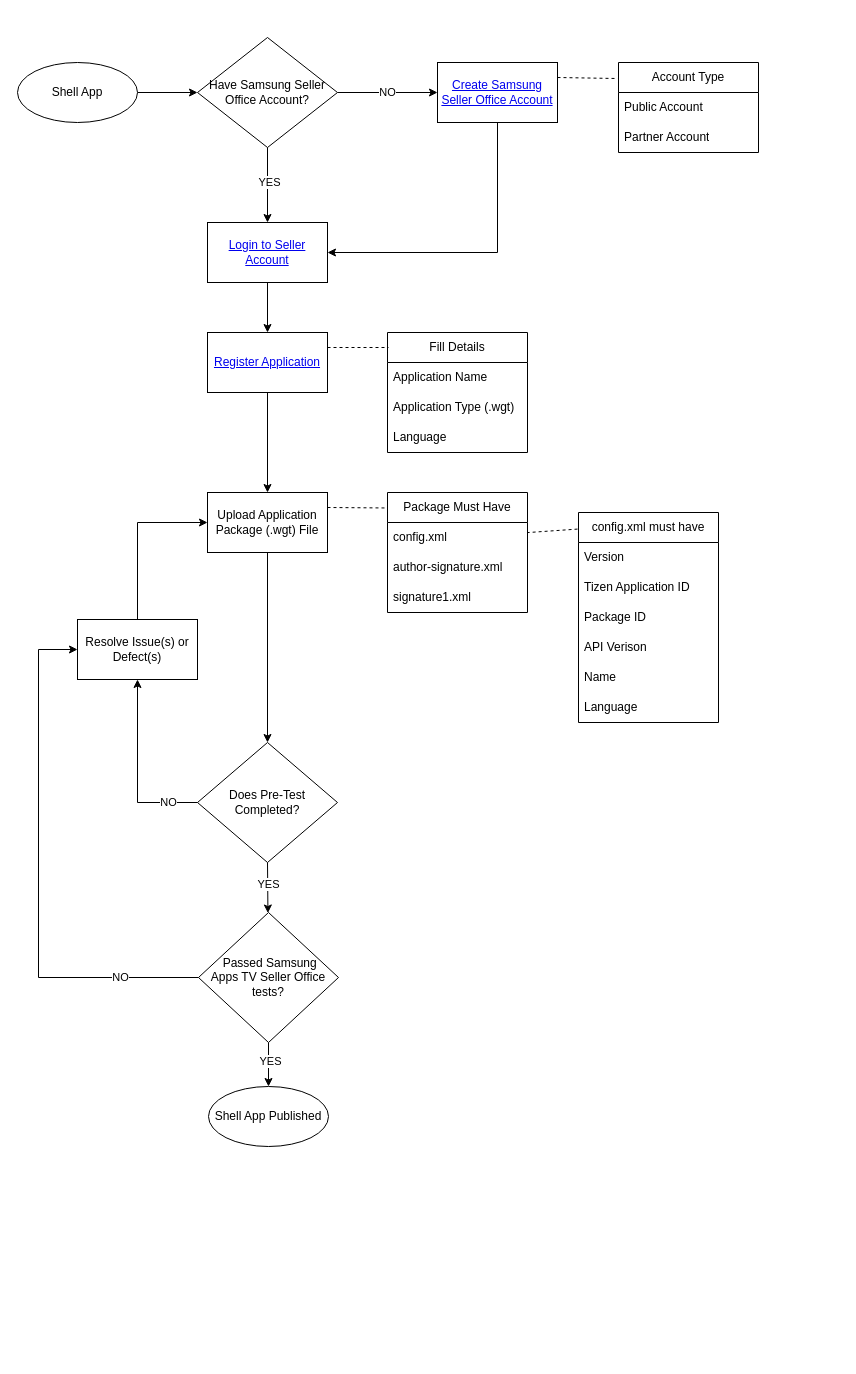
The draw.io diagram shell-app-publishing.drawio in ashokkumarsh/diagrams, before the edit. Source tidied: cells renumbered, new cells numbered last; positions are measured from the earlier drawing's top-left corner, leaving out a move shared by most shapes. Both pictures are drawn from the tidied source at 100%, with x=0, y=0 at pixel (17, 37).
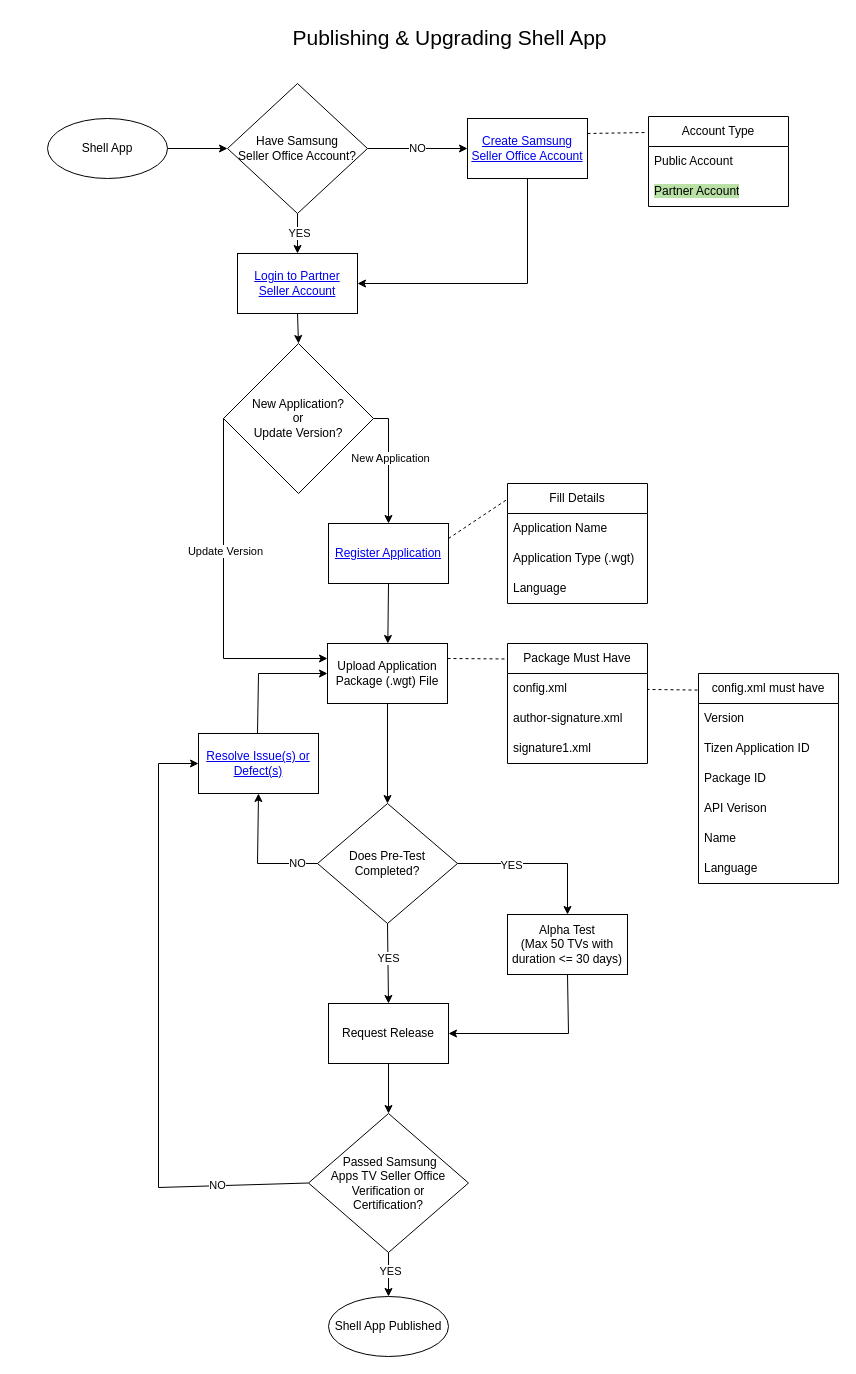
The same page after the edit.

The edit, as a diff of the source:
```diff
@@
     <mxCell id="3" value="Shell App" style="ellipse;whiteSpace=wrap;html=1;" parent="1" vertex="1">
-      <mxGeometry y="25" width="120" height="60" as="geometry" />
+      <mxGeometry x="30" y="81" width="120" height="60" as="geometry" />
     </mxCell>
@@
-    <mxCell id="5" value="Have Samsung Seller Office Account?" style="rhombus;whiteSpace=wrap;html=1;" parent="1" vertex="1">
-      <mxGeometry x="180" width="140" height="110" as="geometry" />
+    <mxCell id="5" value="Have Samsung&lt;br&gt;Seller Office Account?" style="rhombus;whiteSpace=wrap;html=1;" parent="1" vertex="1">
+      <mxGeometry x="210" y="46" width="140" height="130" as="geometry" />
     </mxCell>
     <mxCell id="6" value="&lt;a href=&quot;https://developer.samsung.com/signage/distribute/seller-office/membership/becoming-seller-office-member.html&quot;&gt;Create Samsung Seller Office Account&lt;/a&gt;" style="rounded=0;whiteSpace=wrap;html=1;" parent="1" vertex="1">
-      <mxGeometry x="420" y="25" width="120" height="60" as="geometry" />
+      <mxGeometry x="450" y="81" width="120" height="60" as="geometry" />
     </mxCell>
     <mxCell id="7" style="endArrow=classic;html=1;rounded=0;exitX=0.5;exitY=1;exitDx=0;exitDy=0;entryX=1;entryY=0.5;entryDx=0;entryDy=0;" parent="1" edge="1" source="6" target="8">
       <mxGeometry relative="1" as="geometry">
         <Array as="points">
-          <mxPoint x="480" y="215" />
+          <mxPoint x="510" y="246" />
         </Array>
       </mxGeometry>
     </mxCell>
-    <mxCell id="8" value="&lt;a href=&quot;https://seller.samsungapps.com/tv/login&quot;&gt;Login to Seller Account&lt;/a&gt;" style="rounded=0;whiteSpace=wrap;html=1;" parent="1" vertex="1">
-      <mxGeometry x="190" y="185" width="120" height="60" as="geometry" />
+    <mxCell id="8" value="&lt;a href=&quot;https://seller.samsungapps.com/tv/login&quot;&gt;Login to Partner Seller Account&lt;/a&gt;" style="rounded=0;whiteSpace=wrap;html=1;" parent="1" vertex="1">
+      <mxGeometry x="220" y="216" width="120" height="60" as="geometry" />
     </mxCell>
@@
     <mxCell id="11" value="&lt;a href=&quot;https://developer.samsung.com/signage/distribute/application-publication/application-publication-process.html#publishing-updated-applications&quot;&gt;Register Application&lt;/a&gt;" style="rounded=0;whiteSpace=wrap;html=1;" parent="1" vertex="1">
-      <mxGeometry x="190" y="295" width="120" height="60" as="geometry" />
+      <mxGeometry x="311" y="486" width="120" height="60" as="geometry" />
     </mxCell>
-    <mxCell id="12" style="endArrow=classic;html=1;rounded=0;exitX=0.5;exitY=1;exitDx=0;exitDy=0;entryX=0.5;entryY=0;entryDx=0;entryDy=0;" parent="1" edge="1" source="8" target="11">
+    <mxCell id="12" style="endArrow=classic;html=1;rounded=0;exitX=0.5;exitY=1;exitDx=0;exitDy=0;entryX=0.5;entryY=0;entryDx=0;entryDy=0;" parent="1" edge="1" source="8" target="51">
       <mxGeometry relative="1" as="geometry" />
     </mxCell>
     <mxCell id="13" value="Fill Details" style="swimlane;fontStyle=0;horizontal=1;startSize=30;whiteSpace=wrap;html=1;" parent="1" vertex="1">
-      <mxGeometry x="370" y="295" width="140" height="120" as="geometry" />
+      <mxGeometry x="490" y="446" width="140" height="120" as="geometry" />
     </mxCell>
@@
     <mxCell id="18" value="Upload Application Package (.wgt) File" style="rounded=0;whiteSpace=wrap;html=1;" parent="1" vertex="1">
-      <mxGeometry x="190" y="455" width="120" height="60" as="geometry" />
+      <mxGeometry x="310" y="606" width="120" height="60" as="geometry" />
     </mxCell>
@@
     <mxCell id="20" value="Package Must Have" style="swimlane;fontStyle=0;horizontal=1;startSize=30;whiteSpace=wrap;html=1;" parent="1" vertex="1">
-      <mxGeometry x="370" y="455" width="140" height="120" as="geometry" />
+      <mxGeometry x="490" y="606" width="140" height="120" as="geometry" />
     </mxCell>
@@
     <mxCell id="25" value="config.xml must have" style="swimlane;fontStyle=0;horizontal=1;startSize=30;whiteSpace=wrap;html=1;" parent="1" vertex="1">
-      <mxGeometry x="561" y="475" width="140" height="210" as="geometry" />
+      <mxGeometry x="681" y="636" width="140" height="210" as="geometry" />
     </mxCell>
@@
     <mxCell id="33" value="Does Pre-Test Completed?" style="rhombus;whiteSpace=wrap;html=1;" parent="1" vertex="1">
-      <mxGeometry x="180" y="705" width="140" height="120" as="geometry" />
+      <mxGeometry x="300" y="766" width="140" height="120" as="geometry" />
     </mxCell>
-    <mxCell id="34" style="endArrow=classic;html=1;rounded=0;exitX=0.5;exitY=1;exitDx=0;exitDy=0;" parent="1" edge="1" source="18" target="33">
-      <mxGeometry relative="1" as="geometry" />
+    <mxCell id="34" style="endArrow=classic;html=1;rounded=0;exitX=0.5;exitY=1;exitDx=0;exitDy=0;" parent="1" edge="1" source="18">
+      <mxGeometry relative="1" as="geometry">
+        <mxPoint x="370" y="766" as="targetPoint" />
+      </mxGeometry>
     </mxCell>
-    <mxCell id="35" value="Resolve Issue(s) or Defect(s)" style="rounded=0;whiteSpace=wrap;html=1;" parent="1" vertex="1">
-      <mxGeometry x="60" y="582" width="120" height="60" as="geometry" />
+    <mxCell id="35" value="&lt;a href=&quot;https://developer.samsung.com/tv-seller-office/guides/applications/resolving-defect.html&quot;&gt;Resolve Issue(s) or Defect(s)&lt;/a&gt;" style="rounded=0;whiteSpace=wrap;html=1;" parent="1" vertex="1">
+      <mxGeometry x="181" y="696" width="120" height="60" as="geometry" />
     </mxCell>
     <mxCell id="36" style="endArrow=classic;html=1;rounded=0;exitX=0;exitY=0.5;exitDx=0;exitDy=0;entryX=0.5;entryY=1;entryDx=0;entryDy=0;" parent="1" edge="1" source="33" target="35">
       <mxGeometry relative="1" as="geometry">
         <Array as="points">
-          <mxPoint x="120" y="765" />
+          <mxPoint x="240" y="826" />
         </Array>
       </mxGeometry>
     </mxCell>
@@
-    <mxCell id="38" style="endArrow=classic;html=1;rounded=0;entryX=0;entryY=0.5;entryDx=0;entryDy=0;exitX=0.5;exitY=0;exitDx=0;exitDy=0;" parent="1" edge="1" source="35" target="18">
+    <mxCell id="38" style="endArrow=classic;html=1;rounded=0;entryX=0;entryY=0.5;entryDx=0;entryDy=0;" parent="1" edge="1" target="18">
       <mxGeometry relative="1" as="geometry">
+        <mxPoint x="240" y="696" as="sourcePoint" />
         <Array as="points">
-          <mxPoint x="120" y="485" />
+          <mxPoint x="241" y="636" />
         </Array>
       </mxGeometry>
     </mxCell>
-    <mxCell id="39" value="&amp;nbsp;Passed Samsung&lt;br&gt;Apps TV Seller Office tests?" style="rhombus;whiteSpace=wrap;html=1;" parent="1" vertex="1">
-      <mxGeometry x="181" y="875" width="140" height="130" as="geometry" />
+    <mxCell id="39" value="&amp;nbsp;Passed Samsung&lt;br&gt;Apps TV Seller Office Verification or&lt;br&gt;Certification?" style="rhombus;whiteSpace=wrap;html=1;" parent="1" vertex="1">
+      <mxGeometry x="291" y="1076" width="160" height="139" as="geometry" />
     </mxCell>
-    <mxCell id="40" style="endArrow=classic;html=1;rounded=0;exitX=0.5;exitY=1;exitDx=0;exitDy=0;" parent="1" edge="1" source="33" target="39">
+    <mxCell id="40" style="endArrow=classic;html=1;rounded=0;exitX=0.5;exitY=1;exitDx=0;exitDy=0;entryX=0.5;entryY=0;entryDx=0;entryDy=0;" parent="1" edge="1" source="33" target="59">
       <mxGeometry relative="1" as="geometry" />
     </mxCell>
@@
     <mxCell id="42" style="endArrow=classic;html=1;rounded=0;exitX=0;exitY=0.5;exitDx=0;exitDy=0;entryX=0;entryY=0.5;entryDx=0;entryDy=0;" parent="1" edge="1" source="39" target="35">
       <mxGeometry relative="1" as="geometry">
         <Array as="points">
-          <mxPoint x="21" y="940" />
-          <mxPoint x="21" y="612" />
+          <mxPoint x="141" y="1150" />
+          <mxPoint x="141" y="726" />
         </Array>
       </mxGeometry>
     </mxCell>
@@
     <mxCell id="44" value="Shell App Published" style="ellipse;whiteSpace=wrap;html=1;" parent="1" vertex="1">
-      <mxGeometry x="191" y="1049" width="120" height="60" as="geometry" />
+      <mxGeometry x="311" y="1259" width="120" height="60" as="geometry" />
     </mxCell>
@@
     <mxCell id="47" value="Account Type" style="swimlane;fontStyle=0;horizontal=1;startSize=30;whiteSpace=wrap;html=1;" parent="1" vertex="1">
-      <mxGeometry x="601" y="25" width="140" height="90" as="geometry" />
+      <mxGeometry x="631" y="79" width="140" height="90" as="geometry" />
     </mxCell>
@@
-    <mxCell id="49" value="Partner Account" style="text;strokeColor=none;fillColor=none;align=left;verticalAlign=middle;spacingLeft=4;spacingRight=4;overflow=hidden;whiteSpace=wrap;html=1;" parent="47" vertex="1">
+    <mxCell id="49" value="&lt;span style=&quot;background-color: rgb(185, 224, 165);&quot;&gt;Partner Account&lt;/span&gt;" style="text;strokeColor=none;fillColor=none;align=left;verticalAlign=middle;spacingLeft=4;spacingRight=4;overflow=hidden;whiteSpace=wrap;html=1;" parent="47" vertex="1">
       <mxGeometry y="60" width="140" height="30" as="geometry" />
     </mxCell>
@@
+    <mxCell id="51" value="New Application?&lt;br&gt;or&lt;br&gt;Update Version?" style="rhombus;whiteSpace=wrap;html=1;labelBackgroundColor=#FFFFFF;" parent="1" vertex="1">
+      <mxGeometry x="206" y="306" width="150" height="150" as="geometry" />
+    </mxCell>
+    <mxCell id="52" style="endArrow=classic;html=1;rounded=0;exitX=1;exitY=0.5;exitDx=0;exitDy=0;entryX=0.5;entryY=0;entryDx=0;entryDy=0;" parent="1" edge="1" source="51" target="11">
+      <mxGeometry relative="1" as="geometry">
+        <Array as="points">
+          <mxPoint x="371" y="381" />
+        </Array>
+      </mxGeometry>
+    </mxCell>
+    <mxCell id="53" value="New Application" style="edgeLabel;html=1;align=center;verticalAlign=middle;" parent="52" vertex="1">
+      <mxGeometry x="-0.1" y="1" relative="1" as="geometry" />
+    </mxCell>
+    <mxCell id="54" style="endArrow=classic;html=1;rounded=0;exitX=0;exitY=0.5;exitDx=0;exitDy=0;entryX=0;entryY=0.25;entryDx=0;entryDy=0;" parent="1" edge="1" source="51" target="18">
+      <mxGeometry relative="1" as="geometry">
+        <Array as="points">
+          <mxPoint x="206" y="621" />
+        </Array>
+      </mxGeometry>
+    </mxCell>
+    <mxCell id="55" value="Update Version" style="edgeLabel;html=1;align=center;verticalAlign=middle;" parent="54" vertex="1">
+      <mxGeometry x="-0.23" y="1" relative="1" as="geometry" />
+    </mxCell>
+    <mxCell id="56" value="Alpha Test&lt;br&gt;(Max 50 TVs with duration &amp;lt;= 30 days)" style="rounded=0;whiteSpace=wrap;html=1;labelBackgroundColor=#FFFFFF;" parent="1" vertex="1">
+      <mxGeometry x="490" y="877" width="120" height="60" as="geometry" />
+    </mxCell>
+    <mxCell id="57" style="endArrow=classic;html=1;rounded=0;exitX=1;exitY=0.5;exitDx=0;exitDy=0;entryX=0.5;entryY=0;entryDx=0;entryDy=0;" parent="1" edge="1" source="33" target="56">
+      <mxGeometry relative="1" as="geometry">
+        <Array as="points">
+          <mxPoint x="550" y="826" />
+        </Array>
+      </mxGeometry>
+    </mxCell>
+    <mxCell id="58" value="YES" style="edgeLabel;html=1;align=center;verticalAlign=middle;" parent="57" vertex="1">
+      <mxGeometry x="-0.34" relative="1" as="geometry">
+        <mxPoint y="1" as="offset" />
+      </mxGeometry>
+    </mxCell>
+    <mxCell id="59" value="Request Release" style="rounded=0;whiteSpace=wrap;html=1;labelBackgroundColor=#FFFFFF;" parent="1" vertex="1">
+      <mxGeometry x="311" y="966" width="120" height="60" as="geometry" />
+    </mxCell>
+    <mxCell id="60" style="endArrow=classic;html=1;rounded=0;exitX=0.5;exitY=1;exitDx=0;exitDy=0;" parent="1" edge="1" source="59" target="39">
+      <mxGeometry relative="1" as="geometry" />
+    </mxCell>
+    <mxCell id="61" style="endArrow=classic;html=1;rounded=0;exitX=0.5;exitY=1;exitDx=0;exitDy=0;entryX=1;entryY=0.5;entryDx=0;entryDy=0;" parent="1" edge="1" source="56" target="59">
+      <mxGeometry relative="1" as="geometry">
+        <Array as="points">
+          <mxPoint x="551" y="996" />
+        </Array>
+      </mxGeometry>
+    </mxCell>
+    <mxCell id="62" value="&lt;span style=&quot;font-size: 21px;&quot;&gt;Publishing &amp;amp; Upgrading Shell App&lt;/span&gt;" style="text;html=1;align=center;verticalAlign=middle;strokeColor=none;fillColor=none;" parent="1" vertex="1">
+      <mxGeometry x="262" y="-20" width="340" height="40" as="geometry" />
+    </mxCell>
```
